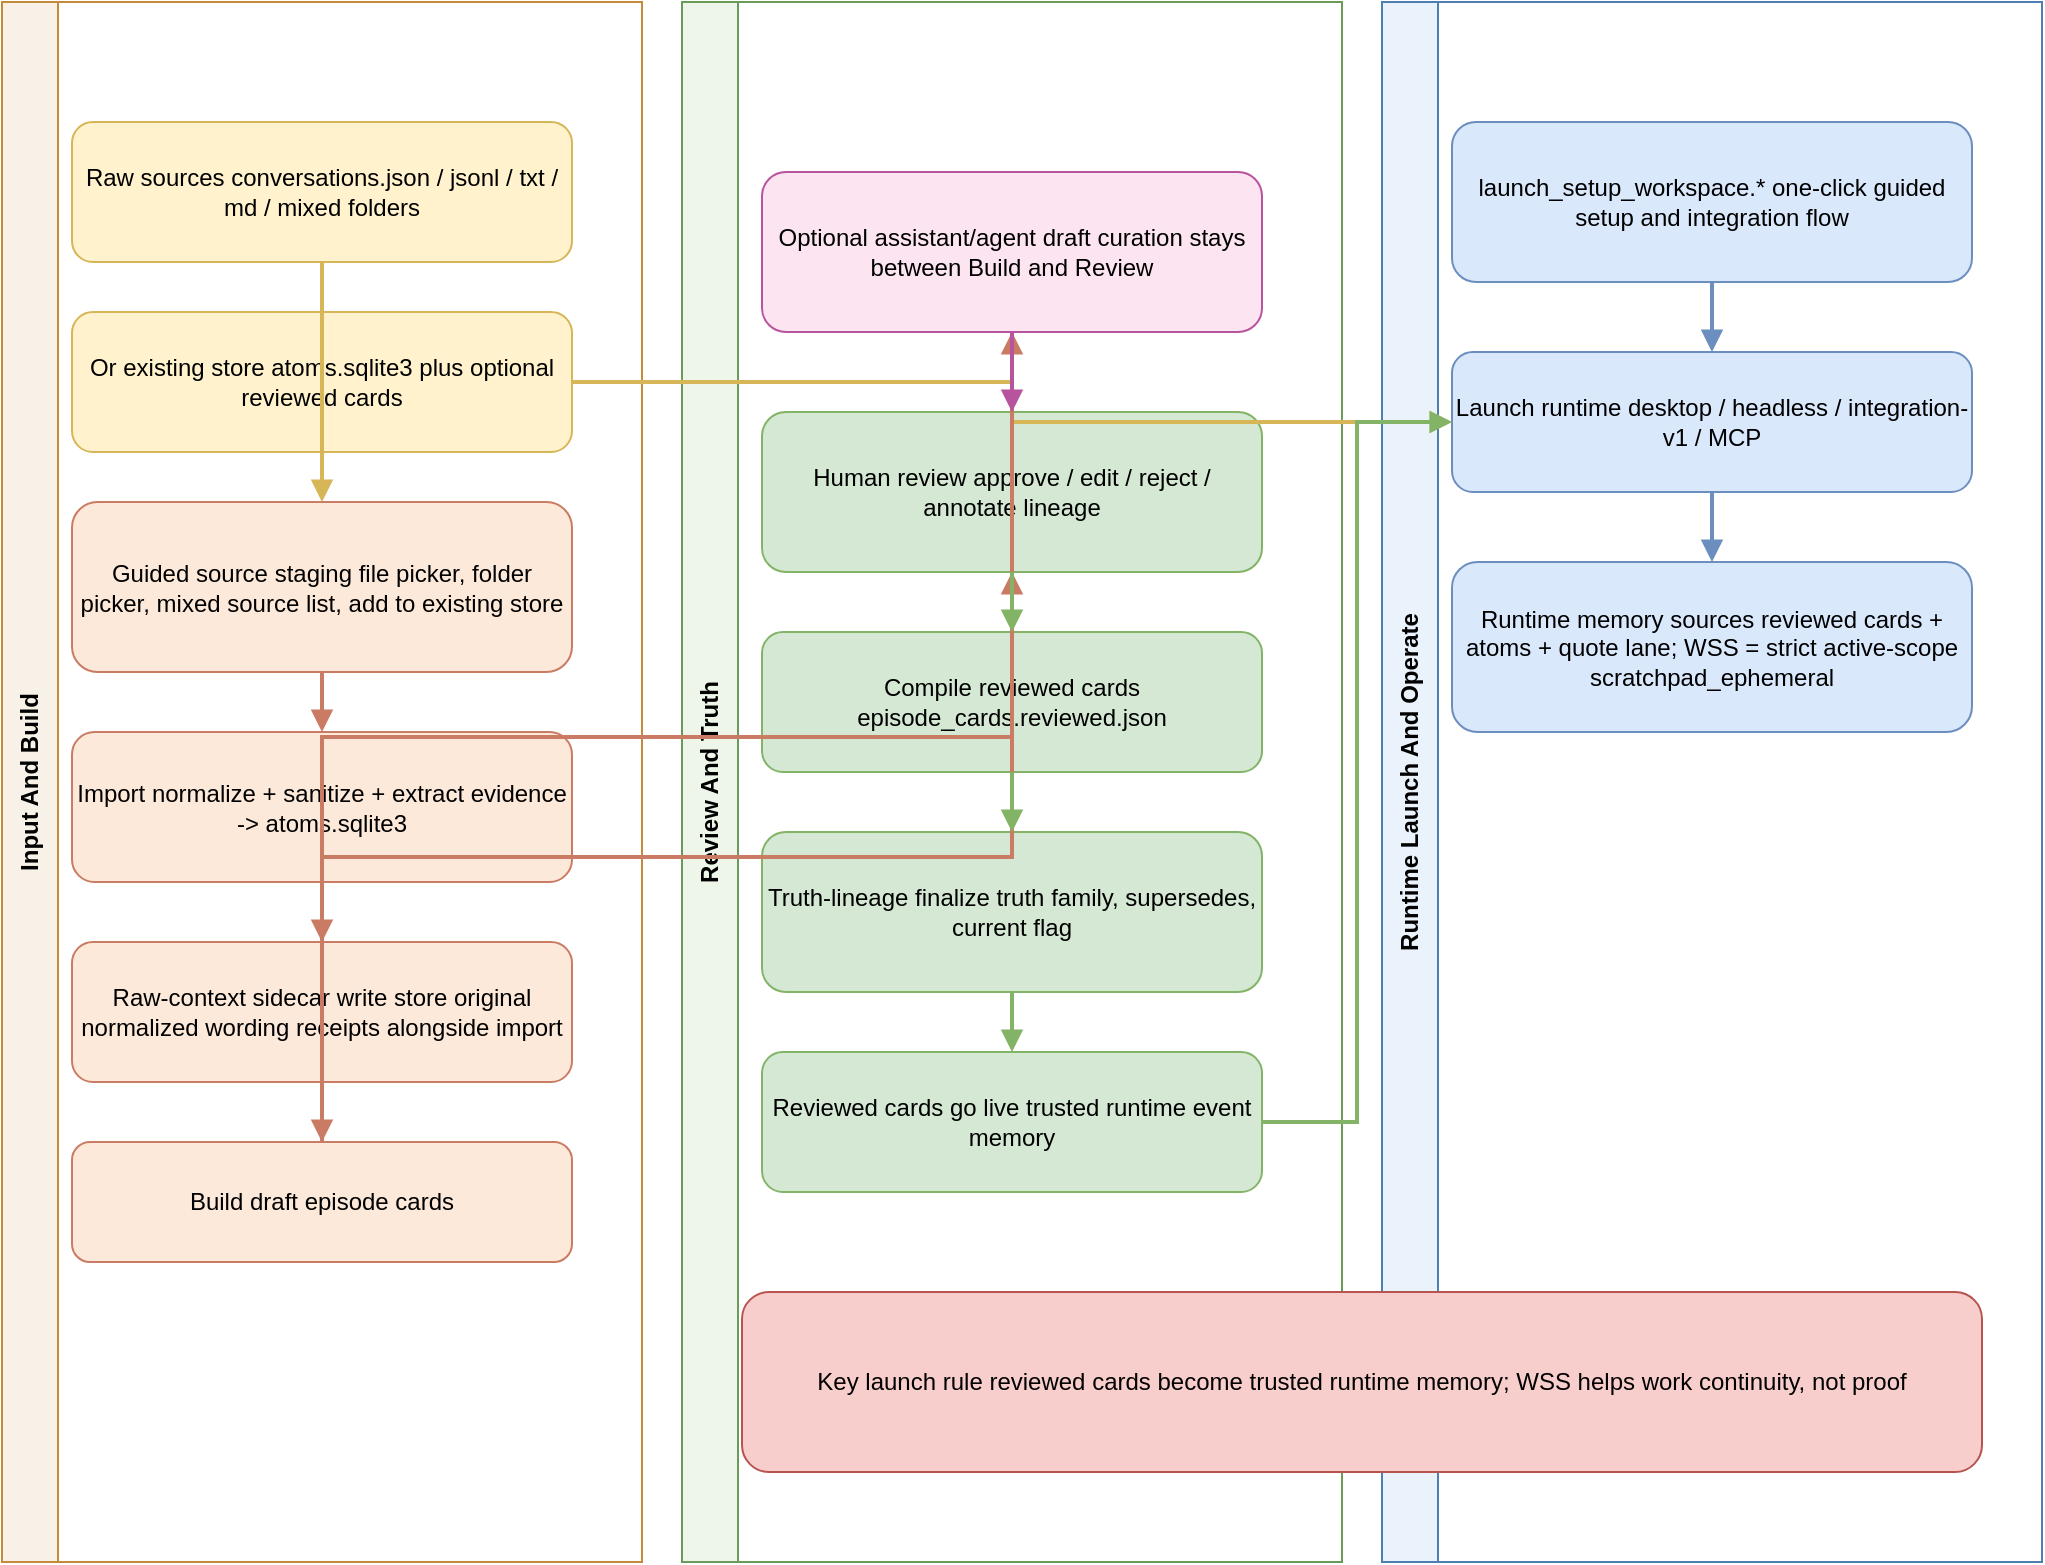
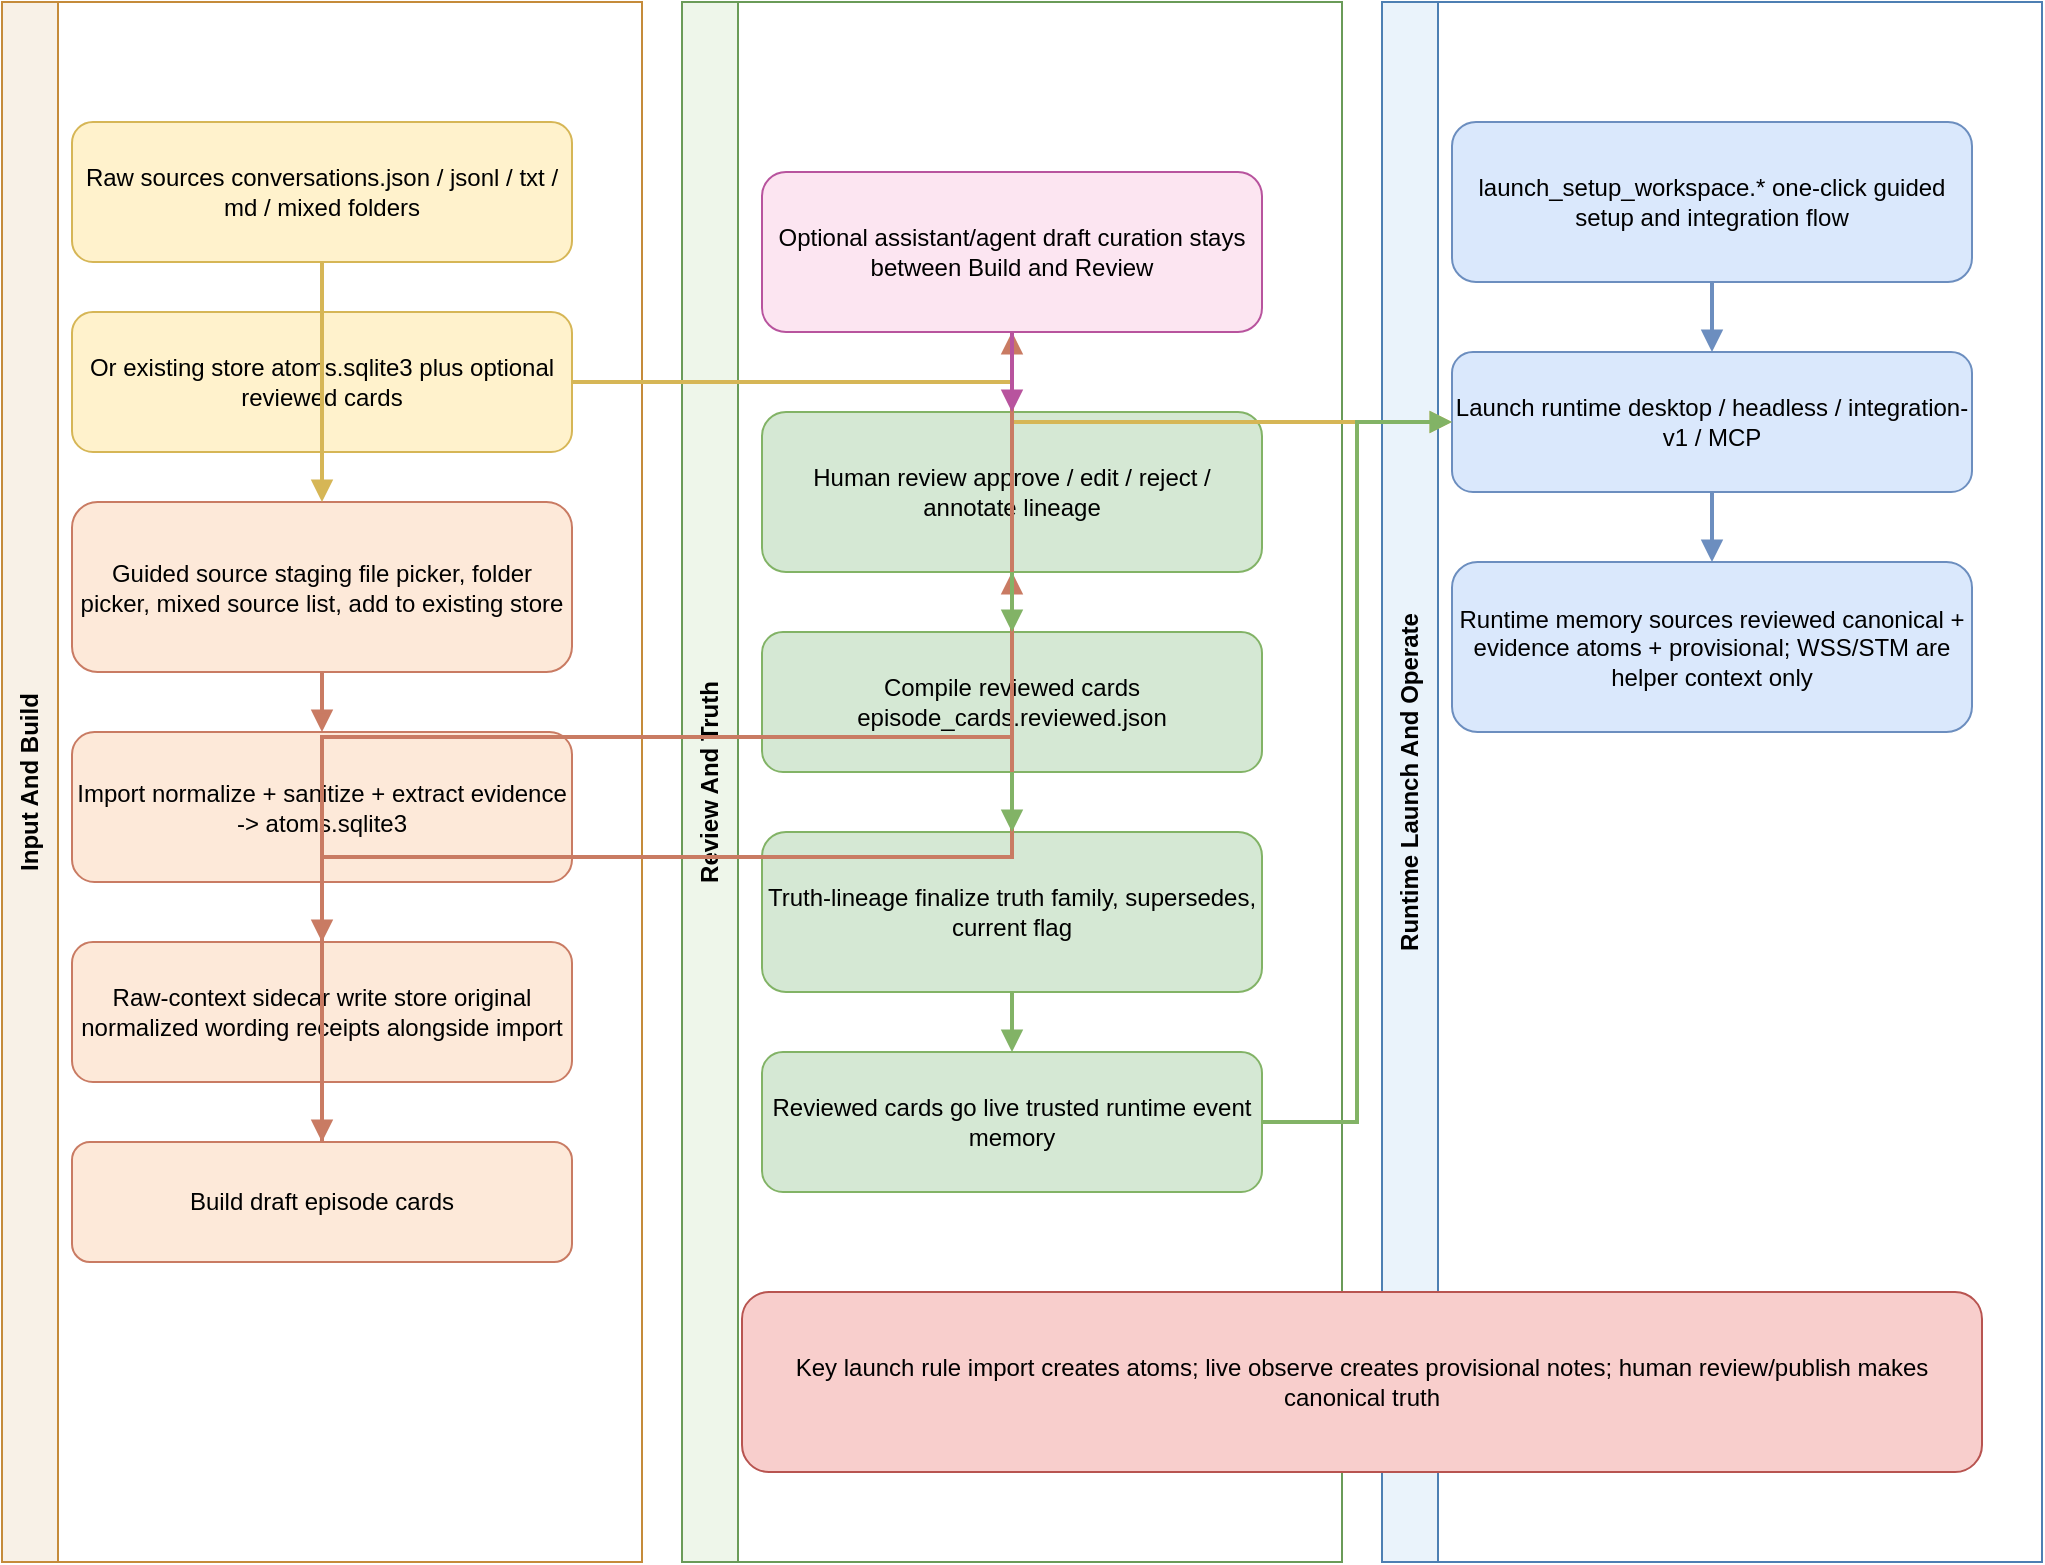
<mxfile host="app.diagrams.net" modified="2026-04-12T23:30:00.000Z" agent="Codex" version="24.7.17">
  <diagram id="launch-pipeline-engineering" name="Engineering Pipeline">
    <mxGraphModel dx="1650" dy="1050" grid="1" gridSize="10" guides="1" tooltips="1" connect="1" arrows="1" fold="1" page="1" pageScale="1" pageWidth="1600" pageHeight="980" math="0" shadow="0">
      <root>
        <mxCell id="0" />
        <mxCell id="1" parent="0" />
        <mxCell id="lane1" value="Input And Build" style="swimlane;whiteSpace=wrap;html=1;rounded=0;horizontal=0;startSize=28;fontStyle=1;fillColor=#f8f1e7;strokeColor=#c58b3a;" vertex="1" parent="1">
          <mxGeometry x="20" y="20" width="320" height="780" as="geometry" />
        </mxCell>
        <mxCell id="lane2" value="Review And Truth" style="swimlane;whiteSpace=wrap;html=1;rounded=0;horizontal=0;startSize=28;fontStyle=1;fillColor=#eef6ea;strokeColor=#6a9b58;" vertex="1" parent="1">
          <mxGeometry x="360" y="20" width="330" height="780" as="geometry" />
        </mxCell>
        <mxCell id="lane3" value="Runtime Launch And Operate" style="swimlane;whiteSpace=wrap;html=1;rounded=0;horizontal=0;startSize=28;fontStyle=1;fillColor=#eaf3fb;strokeColor=#4d7fb3;" vertex="1" parent="1">
          <mxGeometry x="710" y="20" width="330" height="780" as="geometry" />
        </mxCell>
        <mxCell id="l1" value="Raw sources&amp;#10;conversations.json / jsonl / txt / md / mixed folders" style="rounded=1;whiteSpace=wrap;html=1;fillColor=#fff2cc;strokeColor=#d6b656;" vertex="1" parent="1">
          <mxGeometry x="55" y="80" width="250" height="70" as="geometry" />
        </mxCell>
        <mxCell id="l2" value="Or existing store&amp;#10;atoms.sqlite3 plus optional reviewed cards" style="rounded=1;whiteSpace=wrap;html=1;fillColor=#fff2cc;strokeColor=#d6b656;" vertex="1" parent="1">
          <mxGeometry x="55" y="175" width="250" height="70" as="geometry" />
        </mxCell>
        <mxCell id="l3" value="Guided source staging&amp;#10;file picker, folder picker, mixed source list, add to existing store" style="rounded=1;whiteSpace=wrap;html=1;fillColor=#fde9d9;strokeColor=#c97b63;" vertex="1" parent="1">
          <mxGeometry x="55" y="270" width="250" height="85" as="geometry" />
        </mxCell>
        <mxCell id="l4" value="Import&amp;#10;normalize + sanitize + extract evidence -&amp;gt; atoms.sqlite3" style="rounded=1;whiteSpace=wrap;html=1;fillColor=#fde9d9;strokeColor=#c97b63;" vertex="1" parent="1">
          <mxGeometry x="55" y="385" width="250" height="75" as="geometry" />
        </mxCell>
        <mxCell id="l5" value="Raw-context sidecar write&amp;#10;store original normalized wording receipts alongside import" style="rounded=1;whiteSpace=wrap;html=1;fillColor=#fde9d9;strokeColor=#c97b63;" vertex="1" parent="1">
          <mxGeometry x="55" y="490" width="250" height="70" as="geometry" />
        </mxCell>
        <mxCell id="l6" value="Build draft episode cards" style="rounded=1;whiteSpace=wrap;html=1;fillColor=#fde9d9;strokeColor=#c97b63;" vertex="1" parent="1">
          <mxGeometry x="55" y="590" width="250" height="60" as="geometry" />
        </mxCell>
        <mxCell id="l7" value="Optional assistant/agent draft curation&amp;#10;stays between Build and Review" style="rounded=1;whiteSpace=wrap;html=1;fillColor=#fce5f1;strokeColor=#b8549e;" vertex="1" parent="1">
          <mxGeometry x="400" y="105" width="250" height="80" as="geometry" />
        </mxCell>
        <mxCell id="l8" value="Human review&amp;#10;approve / edit / reject / annotate lineage" style="rounded=1;whiteSpace=wrap;html=1;fillColor=#d5e8d4;strokeColor=#82b366;" vertex="1" parent="1">
          <mxGeometry x="400" y="225" width="250" height="80" as="geometry" />
        </mxCell>
        <mxCell id="l9" value="Compile reviewed cards&amp;#10;episode_cards.reviewed.json" style="rounded=1;whiteSpace=wrap;html=1;fillColor=#d5e8d4;strokeColor=#82b366;" vertex="1" parent="1">
          <mxGeometry x="400" y="335" width="250" height="70" as="geometry" />
        </mxCell>
        <mxCell id="l10" value="Truth-lineage finalize&amp;#10;truth family, supersedes, current flag" style="rounded=1;whiteSpace=wrap;html=1;fillColor=#d5e8d4;strokeColor=#82b366;" vertex="1" parent="1">
          <mxGeometry x="400" y="435" width="250" height="80" as="geometry" />
        </mxCell>
        <mxCell id="l11" value="Reviewed cards go live&amp;#10;trusted runtime event memory" style="rounded=1;whiteSpace=wrap;html=1;fillColor=#d5e8d4;strokeColor=#82b366;" vertex="1" parent="1">
          <mxGeometry x="400" y="545" width="250" height="70" as="geometry" />
        </mxCell>
        <mxCell id="l12" value="launch_setup_workspace.*&amp;#10;one-click guided setup and integration flow" style="rounded=1;whiteSpace=wrap;html=1;fillColor=#dae8fc;strokeColor=#6c8ebf;" vertex="1" parent="1">
          <mxGeometry x="745" y="80" width="260" height="80" as="geometry" />
        </mxCell>
        <mxCell id="l13" value="Launch runtime&amp;#10;desktop / headless / integration-v1 / MCP" style="rounded=1;whiteSpace=wrap;html=1;fillColor=#dae8fc;strokeColor=#6c8ebf;" vertex="1" parent="1">
          <mxGeometry x="745" y="195" width="260" height="70" as="geometry" />
        </mxCell>
-         <mxCell id="l14" value="Runtime memory sources&amp;#10;reviewed cards + atoms + quote lane; WSS = strict active-scope scratchpad_ephemeral" style="rounded=1;whiteSpace=wrap;html=1;fillColor=#dae8fc;strokeColor=#6c8ebf;" vertex="1" parent="1">
+         <mxCell id="l14" value="Runtime memory sources&amp;#10;reviewed canonical + evidence atoms + provisional; WSS/STM are helper context only" style="rounded=1;whiteSpace=wrap;html=1;fillColor=#dae8fc;strokeColor=#6c8ebf;" vertex="1" parent="1">
          <mxGeometry x="745" y="300" width="260" height="85" as="geometry" />
        </mxCell>
-         <mxCell id="l15" value="Key launch rule&amp;#10;reviewed cards become trusted runtime memory; WSS helps work continuity, not proof" style="rounded=1;whiteSpace=wrap;html=1;fillColor=#f8cecc;strokeColor=#b85450;" vertex="1" parent="1">
+         <mxCell id="l15" value="Key launch rule&amp;#10;import creates atoms; live observe creates provisional notes; human review/publish makes canonical truth" style="rounded=1;whiteSpace=wrap;html=1;fillColor=#f8cecc;strokeColor=#b85450;" vertex="1" parent="1">
          <mxGeometry x="390" y="665" width="620" height="90" as="geometry" />
        </mxCell>
        <mxCell id="e2" edge="1" parent="1" source="l1" target="l3" style="edgeStyle=orthogonalEdgeStyle;orthogonalLoop=1;jettySize=auto;jumpStyle=arc;jumpSize=6;endArrow=block;endFill=1;html=1;rounded=0;strokeWidth=2;strokeColor=#d6b656;entryX=0.5;entryY=0;entryPerimeter=1;exitX=0.5;exitY=1;exitPerimeter=1;">
          <mxGeometry relative="1" as="geometry" />
        </mxCell>
        <mxCell id="e3" edge="1" parent="1" source="l2" target="l13" style="edgeStyle=orthogonalEdgeStyle;orthogonalLoop=1;jettySize=auto;jumpStyle=arc;jumpSize=6;endArrow=block;endFill=1;html=1;rounded=0;strokeWidth=2;strokeColor=#d6b656;entryX=0;entryY=0.5;entryPerimeter=1;exitX=1;exitY=0.5;exitPerimeter=1;">
          <mxGeometry relative="1" as="geometry" />
        </mxCell>
        <mxCell id="e4" edge="1" parent="1" source="l3" target="l4" style="edgeStyle=orthogonalEdgeStyle;orthogonalLoop=1;jettySize=auto;jumpStyle=arc;jumpSize=6;endArrow=block;endFill=1;html=1;rounded=0;strokeWidth=2;strokeColor=#c97b63;entryX=0.5;entryY=0;entryPerimeter=1;exitX=0.5;exitY=1;exitPerimeter=1;">
          <mxGeometry relative="1" as="geometry" />
        </mxCell>
        <mxCell id="e5" edge="1" parent="1" source="l4" target="l5" style="edgeStyle=orthogonalEdgeStyle;orthogonalLoop=1;jettySize=auto;jumpStyle=arc;jumpSize=6;endArrow=block;endFill=1;html=1;rounded=0;strokeWidth=2;strokeColor=#c97b63;entryX=0.5;entryY=0;entryPerimeter=1;exitX=0.5;exitY=1;exitPerimeter=1;">
          <mxGeometry relative="1" as="geometry" />
        </mxCell>
        <mxCell id="e6" edge="1" parent="1" source="l4" target="l6" style="edgeStyle=orthogonalEdgeStyle;orthogonalLoop=1;jettySize=auto;jumpStyle=arc;jumpSize=6;endArrow=block;endFill=1;html=1;rounded=0;strokeWidth=2;strokeColor=#c97b63;entryX=0.5;entryY=0;entryPerimeter=1;exitX=0.5;exitY=1;exitPerimeter=1;">
          <mxGeometry relative="1" as="geometry" />
        </mxCell>
        <mxCell id="e7" edge="1" parent="1" source="l6" target="l7" style="edgeStyle=orthogonalEdgeStyle;orthogonalLoop=1;jettySize=auto;jumpStyle=arc;jumpSize=6;endArrow=block;endFill=1;html=1;rounded=0;strokeWidth=2;strokeColor=#c97b63;entryX=0.5;entryY=1;entryPerimeter=1;exitX=0.5;exitY=0;exitPerimeter=1;">
          <mxGeometry relative="1" as="geometry" />
        </mxCell>
        <mxCell id="e8" edge="1" parent="1" source="l6" target="l8" style="edgeStyle=orthogonalEdgeStyle;orthogonalLoop=1;jettySize=auto;jumpStyle=arc;jumpSize=6;endArrow=block;endFill=1;html=1;rounded=0;strokeWidth=2;strokeColor=#c97b63;entryX=0.5;entryY=1;entryPerimeter=1;exitX=0.5;exitY=0;exitPerimeter=1;">
          <mxGeometry relative="1" as="geometry" />
        </mxCell>
        <mxCell id="e9" edge="1" parent="1" source="l7" target="l8" style="edgeStyle=orthogonalEdgeStyle;orthogonalLoop=1;jettySize=auto;jumpStyle=arc;jumpSize=6;endArrow=block;endFill=1;html=1;rounded=0;strokeWidth=2;strokeColor=#b8549e;entryX=0.5;entryY=0;entryPerimeter=1;exitX=0.5;exitY=1;exitPerimeter=1;">
          <mxGeometry relative="1" as="geometry" />
        </mxCell>
        <mxCell id="e10" edge="1" parent="1" source="l8" target="l9" style="edgeStyle=orthogonalEdgeStyle;orthogonalLoop=1;jettySize=auto;jumpStyle=arc;jumpSize=6;endArrow=block;endFill=1;html=1;rounded=0;strokeWidth=2;strokeColor=#82b366;entryX=0.5;entryY=0;entryPerimeter=1;exitX=0.5;exitY=1;exitPerimeter=1;">
          <mxGeometry relative="1" as="geometry" />
        </mxCell>
        <mxCell id="e11" edge="1" parent="1" source="l9" target="l10" style="edgeStyle=orthogonalEdgeStyle;orthogonalLoop=1;jettySize=auto;jumpStyle=arc;jumpSize=6;endArrow=block;endFill=1;html=1;rounded=0;strokeWidth=2;strokeColor=#82b366;entryX=0.5;entryY=0;entryPerimeter=1;exitX=0.5;exitY=1;exitPerimeter=1;">
          <mxGeometry relative="1" as="geometry" />
        </mxCell>
        <mxCell id="e12" edge="1" parent="1" source="l10" target="l11" style="edgeStyle=orthogonalEdgeStyle;orthogonalLoop=1;jettySize=auto;jumpStyle=arc;jumpSize=6;endArrow=block;endFill=1;html=1;rounded=0;strokeWidth=2;strokeColor=#82b366;entryX=0.5;entryY=0;entryPerimeter=1;exitX=0.5;exitY=1;exitPerimeter=1;">
          <mxGeometry relative="1" as="geometry" />
        </mxCell>
        <mxCell id="e13" edge="1" parent="1" source="l11" target="l13" style="edgeStyle=orthogonalEdgeStyle;orthogonalLoop=1;jettySize=auto;jumpStyle=arc;jumpSize=6;endArrow=block;endFill=1;html=1;rounded=0;strokeWidth=2;strokeColor=#82b366;entryX=0;entryY=0.5;entryPerimeter=1;exitX=1;exitY=0.5;exitPerimeter=1;">
          <mxGeometry relative="1" as="geometry" />
        </mxCell>
        <mxCell id="e14" edge="1" parent="1" source="l12" target="l13" style="edgeStyle=orthogonalEdgeStyle;orthogonalLoop=1;jettySize=auto;jumpStyle=arc;jumpSize=6;endArrow=block;endFill=1;html=1;rounded=0;strokeWidth=2;strokeColor=#6c8ebf;entryX=0.5;entryY=0;entryPerimeter=1;exitX=0.5;exitY=1;exitPerimeter=1;">
          <mxGeometry relative="1" as="geometry" />
        </mxCell>
        <mxCell id="e15" edge="1" parent="1" source="l13" target="l14" style="edgeStyle=orthogonalEdgeStyle;orthogonalLoop=1;jettySize=auto;jumpStyle=arc;jumpSize=6;endArrow=block;endFill=1;html=1;rounded=0;strokeWidth=2;strokeColor=#6c8ebf;entryX=0.5;entryY=0;entryPerimeter=1;exitX=0.5;exitY=1;exitPerimeter=1;">
          <mxGeometry relative="1" as="geometry" />
        </mxCell>
      </root>
    </mxGraphModel>
  </diagram>
  <diagram id="launch-pipeline-caveman" name="Caveman Pipeline">
    <mxGraphModel dx="1450" dy="900" grid="1" gridSize="10" guides="1" tooltips="1" connect="1" arrows="1" fold="1" page="1" pageScale="1" pageWidth="1450" pageHeight="900" math="0" shadow="0">
      <root>
        <mxCell id="0" />
        <mxCell id="1" parent="0" />
        <mxCell id="q1" value="1. Click the starter file or open the app." style="rounded=1;whiteSpace=wrap;html=1;fillColor=#fff2cc;strokeColor=#d6b656;" vertex="1" parent="1">
          <mxGeometry x="60" y="90" width="240" height="70" as="geometry" />
        </mxCell>
        <mxCell id="q2" value="2. Pick files, folders, or an existing store.&amp;#10;You can mix folders and single files." style="rounded=1;whiteSpace=wrap;html=1;fillColor=#fff2cc;strokeColor=#d6b656;" vertex="1" parent="1">
          <mxGeometry x="360" y="90" width="280" height="90" as="geometry" />
        </mxCell>
        <mxCell id="q3" value="3. MNO cleans the pile and makes atoms.&amp;#10;Atoms = small evidence pieces." style="rounded=1;whiteSpace=wrap;html=1;fillColor=#fde9d9;strokeColor=#c97b63;" vertex="1" parent="1">
          <mxGeometry x="700" y="90" width="260" height="90" as="geometry" />
        </mxCell>
        <mxCell id="q4" value="4. MNO also keeps a wording receipt for quote checks." style="rounded=1;whiteSpace=wrap;html=1;fillColor=#fde9d9;strokeColor=#c97b63;" vertex="1" parent="1">
          <mxGeometry x="1020" y="90" width="260" height="80" as="geometry" />
        </mxCell>
        <mxCell id="q5" value="5. MNO builds rough story cards.&amp;#10;Rough = draft, not trusted yet." style="rounded=1;whiteSpace=wrap;html=1;fillColor=#fde9d9;strokeColor=#c97b63;" vertex="1" parent="1">
          <mxGeometry x="160" y="280" width="270" height="90" as="geometry" />
        </mxCell>
        <mxCell id="q6" value="6. Assistant/agent can help clean the draft, but it stays draft-only." style="rounded=1;whiteSpace=wrap;html=1;fillColor=#fce5f1;strokeColor=#b8549e;" vertex="1" parent="1">
          <mxGeometry x="500" y="280" width="310" height="90" as="geometry" />
        </mxCell>
        <mxCell id="q7" value="7. Human decides what becomes trusted memory." style="rounded=1;whiteSpace=wrap;html=1;fillColor=#d5e8d4;strokeColor=#82b366;" vertex="1" parent="1">
          <mxGeometry x="880" y="280" width="280" height="80" as="geometry" />
        </mxCell>
        <mxCell id="q8" value="8. Corrected reviewed cards stay linked so old vs current truth is clearer." style="rounded=1;whiteSpace=wrap;html=1;fillColor=#d5e8d4;strokeColor=#82b366;" vertex="1" parent="1">
          <mxGeometry x="260" y="470" width="360" height="90" as="geometry" />
        </mxCell>
        <mxCell id="q9" value="9. Reviewed memory goes live in the runtime." style="rounded=1;whiteSpace=wrap;html=1;fillColor=#dae8fc;strokeColor=#6c8ebf;" vertex="1" parent="1">
          <mxGeometry x="700" y="470" width="280" height="80" as="geometry" />
        </mxCell>
        <mxCell id="q10" value="Words to know&amp;#10;MCP = Model Context Protocol&amp;#10;ANN = approximate nearest neighbor&amp;#10;WSS = work-session scratchpad" style="rounded=1;whiteSpace=wrap;html=1;fillColor=#e1d5e7;strokeColor=#9673a6;" vertex="1" parent="1">
          <mxGeometry x="480" y="640" width="320" height="90" as="geometry" />
        </mxCell>
        <mxCell id="e2" edge="1" parent="1" source="q1" target="q2" style="edgeStyle=orthogonalEdgeStyle;orthogonalLoop=1;jettySize=auto;jumpStyle=arc;jumpSize=6;endArrow=block;endFill=1;html=1;rounded=0;strokeWidth=2;strokeColor=#d6b656;entryX=0;entryY=0.5;entryPerimeter=1;exitX=1;exitY=0.5;exitPerimeter=1;">
          <mxGeometry relative="1" as="geometry" />
        </mxCell>
        <mxCell id="e3" edge="1" parent="1" source="q2" target="q3" style="edgeStyle=orthogonalEdgeStyle;orthogonalLoop=1;jettySize=auto;jumpStyle=arc;jumpSize=6;endArrow=block;endFill=1;html=1;rounded=0;strokeWidth=2;strokeColor=#d6b656;entryX=0;entryY=0.5;entryPerimeter=1;exitX=1;exitY=0.5;exitPerimeter=1;">
          <mxGeometry relative="1" as="geometry" />
        </mxCell>
        <mxCell id="e4" edge="1" parent="1" source="q3" target="q4" style="edgeStyle=orthogonalEdgeStyle;orthogonalLoop=1;jettySize=auto;jumpStyle=arc;jumpSize=6;endArrow=block;endFill=1;html=1;rounded=0;strokeWidth=2;strokeColor=#c97b63;entryX=0;entryY=0.5;entryPerimeter=1;exitX=1;exitY=0.5;exitPerimeter=1;">
          <mxGeometry relative="1" as="geometry" />
        </mxCell>
        <mxCell id="e5" edge="1" parent="1" source="q3" target="q5" style="edgeStyle=orthogonalEdgeStyle;orthogonalLoop=1;jettySize=auto;jumpStyle=arc;jumpSize=6;endArrow=block;endFill=1;html=1;rounded=0;strokeWidth=2;strokeColor=#c97b63;entryX=1;entryY=0.5;entryPerimeter=1;exitX=0;exitY=0.5;exitPerimeter=1;">
          <mxGeometry relative="1" as="geometry" />
        </mxCell>
        <mxCell id="e6" edge="1" parent="1" source="q5" target="q6" style="edgeStyle=orthogonalEdgeStyle;orthogonalLoop=1;jettySize=auto;jumpStyle=arc;jumpSize=6;endArrow=block;endFill=1;html=1;rounded=0;strokeWidth=2;strokeColor=#c97b63;entryX=0;entryY=0.5;entryPerimeter=1;exitX=1;exitY=0.5;exitPerimeter=1;">
          <mxGeometry relative="1" as="geometry" />
        </mxCell>
        <mxCell id="e7" edge="1" parent="1" source="q6" target="q7" style="edgeStyle=orthogonalEdgeStyle;orthogonalLoop=1;jettySize=auto;jumpStyle=arc;jumpSize=6;endArrow=block;endFill=1;html=1;rounded=0;strokeWidth=2;strokeColor=#b8549e;entryX=0;entryY=0.5;entryPerimeter=1;exitX=1;exitY=0.5;exitPerimeter=1;">
          <mxGeometry relative="1" as="geometry" />
        </mxCell>
        <mxCell id="e8" edge="1" parent="1" source="q7" target="q8" style="edgeStyle=orthogonalEdgeStyle;orthogonalLoop=1;jettySize=auto;jumpStyle=arc;jumpSize=6;endArrow=block;endFill=1;html=1;rounded=0;strokeWidth=2;strokeColor=#82b366;entryX=1;entryY=0.5;entryPerimeter=1;exitX=0;exitY=0.5;exitPerimeter=1;">
          <mxGeometry relative="1" as="geometry" />
        </mxCell>
        <mxCell id="e9" edge="1" parent="1" source="q8" target="q9" style="edgeStyle=orthogonalEdgeStyle;orthogonalLoop=1;jettySize=auto;jumpStyle=arc;jumpSize=6;endArrow=block;endFill=1;html=1;rounded=0;strokeWidth=2;strokeColor=#82b366;entryX=0;entryY=0.5;entryPerimeter=1;exitX=1;exitY=0.5;exitPerimeter=1;">
          <mxGeometry relative="1" as="geometry" />
        </mxCell>
      </root>
    </mxGraphModel>
  </diagram>
</mxfile>
